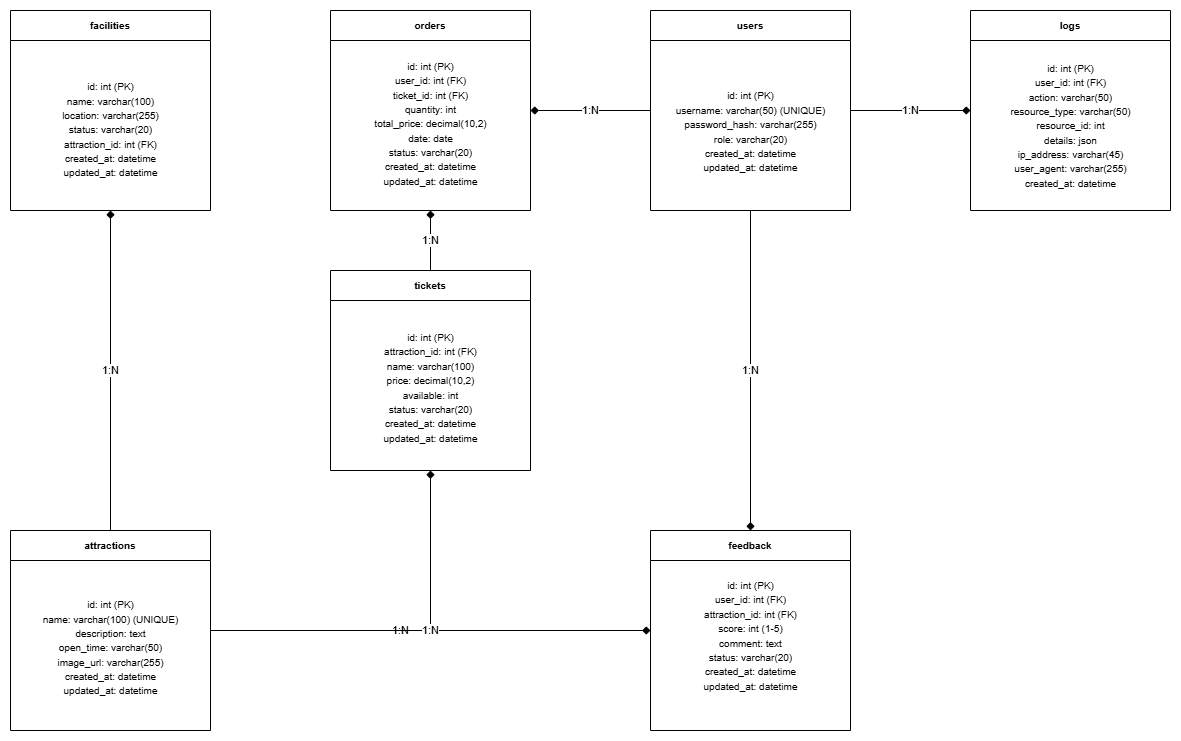
TomyJan/MoeTrip keeps this draw.io diagram as docs/diagrams/旅游景区信息管理系统ER图.png. Above is the earlier version. Source tidied: cells renumbered, new cells last; positions are measured from the earlier drawing's top-left corner, leaving out a move shared by most shapes.
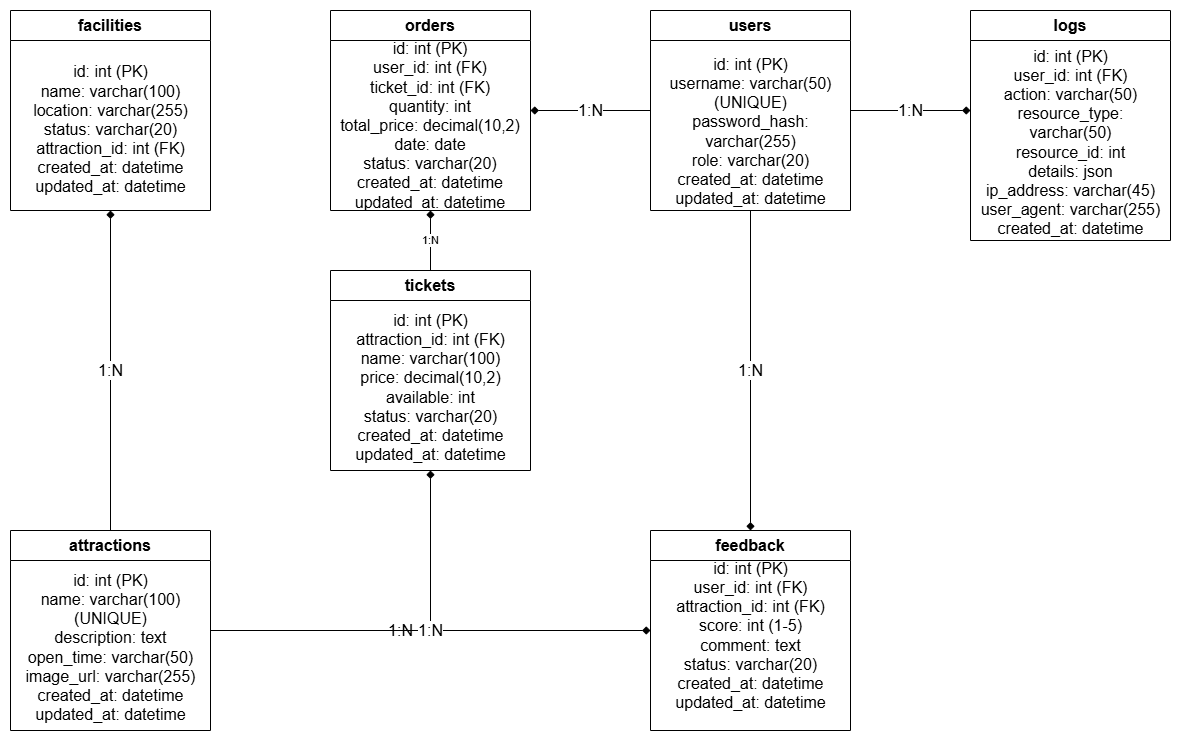
Later version of the same file.

What changed in the source:
```diff
@@ -2,88 +2,95 @@
   <root>
     <mxCell id="0" />
     <mxCell id="1" parent="0" />
-    <mxCell id="2" value="1:N" style="edgeStyle=orthogonalEdgeStyle;rounded=0;html=1;jettySize=auto;endArrow=diamond;endFill=1;" parent="1" edge="1" source="25" target="10">
+    <mxCell id="2" value="&lt;font style=&quot;font-size: 16px;&quot;&gt;1:N&lt;/font&gt;" style="edgeStyle=orthogonalEdgeStyle;rounded=0;html=1;jettySize=auto;endArrow=diamond;endFill=1;" parent="1" edge="1" source="25" target="10">
       <mxGeometry relative="1" as="geometry" />
     </mxCell>
-    <mxCell id="3" value="1:N" style="edgeStyle=orthogonalEdgeStyle;rounded=0;html=1;jettySize=auto;endArrow=diamond;endFill=1;" parent="1" edge="1" source="25" target="22">
+    <mxCell id="3" value="&lt;font style=&quot;font-size: 16px;&quot;&gt;1:N&lt;/font&gt;" style="edgeStyle=orthogonalEdgeStyle;rounded=0;html=1;jettySize=auto;endArrow=diamond;endFill=1;" parent="1" edge="1" source="25" target="22">
       <mxGeometry relative="1" as="geometry" />
     </mxCell>
-    <mxCell id="4" value="1:N" style="edgeStyle=orthogonalEdgeStyle;rounded=0;html=1;jettySize=auto;endArrow=diamond;endFill=1;" parent="1" edge="1" source="16" target="13">
+    <mxCell id="4" value="&lt;font style=&quot;font-size: 16px;&quot;&gt;1:N&lt;/font&gt;" style="edgeStyle=orthogonalEdgeStyle;rounded=0;html=1;jettySize=auto;endArrow=diamond;endFill=1;" parent="1" edge="1" source="16" target="13">
       <mxGeometry relative="1" as="geometry" />
     </mxCell>
-    <mxCell id="5" value="1:N" style="edgeStyle=orthogonalEdgeStyle;rounded=0;html=1;jettySize=auto;endArrow=diamond;endFill=1;" parent="1" edge="1" source="22" target="13">
-      <mxGeometry relative="1" as="geometry" />
+    <mxCell id="5" value="1:N" style="edgeStyle=orthogonalEdgeStyle;rounded=0;html=1;jettySize=auto;endArrow=diamond;endFill=1;entryX=0.5;entryY=1;entryDx=0;entryDy=0;exitX=0.5;exitY=0;exitDx=0;exitDy=0;" parent="1" edge="1" source="22" target="14">
+      <mxGeometry relative="1" as="geometry">
+        <Array as="points">
+          <mxPoint x="420" y="230" />
+          <mxPoint x="420" y="230" />
+        </Array>
+      </mxGeometry>
     </mxCell>
-    <mxCell id="6" value="1:N" style="edgeStyle=orthogonalEdgeStyle;rounded=0;html=1;jettySize=auto;endArrow=diamond;endFill=1;" parent="1" edge="1" source="16" target="28">
+    <mxCell id="6" value="&lt;font style=&quot;font-size: 16px;&quot;&gt;1:N&lt;/font&gt;" style="edgeStyle=orthogonalEdgeStyle;rounded=0;html=1;jettySize=auto;endArrow=diamond;endFill=1;" parent="1" edge="1" source="16" target="28">
       <mxGeometry relative="1" as="geometry" />
     </mxCell>
-    <mxCell id="7" value="1:N" style="edgeStyle=orthogonalEdgeStyle;rounded=0;html=1;jettySize=auto;endArrow=diamond;endFill=1;" parent="1" edge="1" source="25" target="28">
+    <mxCell id="7" value="&lt;font style=&quot;font-size: 16px;&quot;&gt;1:N&lt;/font&gt;" style="edgeStyle=orthogonalEdgeStyle;rounded=0;html=1;jettySize=auto;endArrow=diamond;endFill=1;" parent="1" edge="1" source="25" target="28">
       <mxGeometry relative="1" as="geometry" />
     </mxCell>
-    <mxCell id="8" value="1:N" style="edgeStyle=orthogonalEdgeStyle;rounded=0;html=1;jettySize=auto;endArrow=diamond;endFill=1;" parent="1" edge="1" source="16" target="19">
-      <mxGeometry relative="1" as="geometry" />
+    <mxCell id="8" value="&lt;font style=&quot;font-size: 16px;&quot;&gt;1:N&lt;/font&gt;" style="edgeStyle=orthogonalEdgeStyle;rounded=0;html=1;jettySize=auto;endArrow=diamond;endFill=1;" parent="1" edge="1" source="16">
+      <mxGeometry relative="1" as="geometry">
+        <mxPoint x="960" y="100" as="targetPoint" />
+      </mxGeometry>
     </mxCell>
     <mxCell id="9" style="group;" parent="1" vertex="1">
       <mxGeometry width="200" height="200" as="geometry" />
     </mxCell>
-    <mxCell id="10" value="&lt;b&gt;facilities&lt;/b&gt;" style="shape=table;startSize=30;fontSize=10;whiteSpace=wrap;html=1;" parent="9" vertex="1">
+    <mxCell id="10" value="&lt;b&gt;&lt;font style=&quot;font-size: 16px;&quot;&gt;facilities&lt;/font&gt;&lt;/b&gt;" style="shape=table;startSize=30;fontSize=10;whiteSpace=wrap;html=1;" parent="9" vertex="1">
       <mxGeometry width="200" height="200" as="geometry" />
     </mxCell>
-    <mxCell id="11" value="&lt;span style=&quot;font-size: 10px;&quot;&gt;id: int (PK)&lt;/span&gt;&lt;br style=&quot;font-size: 10px;&quot;&gt;&lt;span style=&quot;font-size: 10px;&quot;&gt;name: varchar(100)&lt;/span&gt;&lt;br style=&quot;font-size: 10px;&quot;&gt;&lt;span style=&quot;font-size: 10px;&quot;&gt;location: varchar(255)&lt;/span&gt;&lt;br style=&quot;font-size: 10px;&quot;&gt;&lt;span style=&quot;font-size: 10px;&quot;&gt;status: varchar(20)&lt;/span&gt;&lt;br style=&quot;font-size: 10px;&quot;&gt;&lt;span style=&quot;font-size: 10px;&quot;&gt;attraction_id: int (FK)&lt;/span&gt;&lt;br style=&quot;font-size: 10px;&quot;&gt;&lt;span style=&quot;font-size: 10px;&quot;&gt;created_at: datetime&lt;/span&gt;&lt;br style=&quot;font-size: 10px;&quot;&gt;&lt;span style=&quot;font-size: 10px;&quot;&gt;updated_at: datetime&lt;/span&gt;" style="text;strokeColor=none;align=center;fillColor=none;html=1;verticalAlign=middle;whiteSpace=wrap;rounded=0;" parent="9" vertex="1">
+    <mxCell id="11" value="&lt;font style=&quot;font-size: 16px;&quot;&gt;id: int (PK)&lt;br style=&quot;&quot;&gt;name: varchar(100)&lt;br style=&quot;&quot;&gt;location: varchar(255)&lt;br style=&quot;&quot;&gt;status: varchar(20)&lt;br style=&quot;&quot;&gt;attraction_id: int (FK)&lt;br style=&quot;&quot;&gt;created_at: datetime&lt;br style=&quot;&quot;&gt;updated_at: datetime&lt;/font&gt;" style="text;strokeColor=none;align=center;fillColor=none;html=1;verticalAlign=middle;whiteSpace=wrap;rounded=0;" parent="9" vertex="1">
       <mxGeometry x="4.5" y="50" width="190.9" height="137.5" as="geometry" />
     </mxCell>
     <mxCell id="12" style="group;" parent="1" vertex="1">
       <mxGeometry x="320" width="200" height="200" as="geometry" />
     </mxCell>
-    <mxCell id="13" value="&lt;b&gt;orders&lt;/b&gt;" style="shape=table;startSize=30;fontSize=10;whiteSpace=wrap;html=1;" parent="12" vertex="1">
+    <mxCell id="13" value="&lt;b&gt;&lt;font style=&quot;font-size: 16px;&quot;&gt;orders&lt;/font&gt;&lt;/b&gt;" style="shape=table;startSize=30;fontSize=10;whiteSpace=wrap;html=1;" parent="12" vertex="1">
       <mxGeometry width="200" height="200" as="geometry" />
     </mxCell>
-    <mxCell id="14" value="&lt;span style=&quot;font-size: 10px;&quot;&gt;id: int (PK)&lt;/span&gt;&lt;br style=&quot;font-size: 10px;&quot;&gt;&lt;span style=&quot;font-size: 10px;&quot;&gt;user_id: int (FK)&lt;/span&gt;&lt;br style=&quot;font-size: 10px;&quot;&gt;&lt;span style=&quot;font-size: 10px;&quot;&gt;ticket_id: int (FK)&lt;/span&gt;&lt;br style=&quot;font-size: 10px;&quot;&gt;&lt;span style=&quot;font-size: 10px;&quot;&gt;quantity: int&lt;/span&gt;&lt;br style=&quot;font-size: 10px;&quot;&gt;&lt;span style=&quot;font-size: 10px;&quot;&gt;total_price: decimal(10,2)&lt;/span&gt;&lt;br style=&quot;font-size: 10px;&quot;&gt;&lt;span style=&quot;font-size: 10px;&quot;&gt;date: date&lt;/span&gt;&lt;br style=&quot;font-size: 10px;&quot;&gt;&lt;span style=&quot;font-size: 10px;&quot;&gt;status: varchar(20)&lt;/span&gt;&lt;br style=&quot;font-size: 10px;&quot;&gt;&lt;span style=&quot;font-size: 10px;&quot;&gt;created_at: datetime&lt;/span&gt;&lt;br style=&quot;font-size: 10px;&quot;&gt;&lt;span style=&quot;font-size: 10px;&quot;&gt;updated_at: datetime&lt;/span&gt;" style="text;strokeColor=none;align=center;fillColor=none;html=1;verticalAlign=middle;whiteSpace=wrap;rounded=0;" parent="12" vertex="1">
-      <mxGeometry x="4.5" y="45" width="190.9" height="135" as="geometry" />
+    <mxCell id="14" value="&lt;font style=&quot;font-size: 16px;&quot;&gt;id: int (PK)&lt;br style=&quot;&quot;&gt;user_id: int (FK)&lt;br style=&quot;&quot;&gt;ticket_id: int (FK)&lt;br style=&quot;&quot;&gt;quantity: int&lt;br style=&quot;&quot;&gt;total_price: decimal(10,2)&lt;br style=&quot;&quot;&gt;date: date&lt;br style=&quot;&quot;&gt;status: varchar(20)&lt;br style=&quot;&quot;&gt;created_at: datetime&lt;br style=&quot;&quot;&gt;updated_at: datetime&lt;/font&gt;" style="text;strokeColor=none;align=center;fillColor=none;html=1;verticalAlign=middle;whiteSpace=wrap;rounded=0;" parent="13" vertex="1">
+      <mxGeometry y="30" width="200" height="170" as="geometry" />
     </mxCell>
     <mxCell id="15" style="group;" parent="1" vertex="1">
       <mxGeometry x="640" width="200" height="200" as="geometry" />
     </mxCell>
-    <mxCell id="16" value="&lt;b&gt;users&lt;/b&gt;" style="shape=table;startSize=30;fontSize=10;whiteSpace=wrap;html=1;" parent="15" vertex="1">
+    <mxCell id="16" value="&lt;b&gt;&lt;font style=&quot;font-size: 16px;&quot;&gt;users&lt;/font&gt;&lt;/b&gt;" style="shape=table;startSize=30;fontSize=10;whiteSpace=wrap;html=1;" parent="15" vertex="1">
       <mxGeometry width="200" height="200" as="geometry" />
     </mxCell>
-    <mxCell id="17" value="&lt;span style=&quot;font-size: 10px;&quot;&gt;id: int (PK)&lt;/span&gt;&lt;br style=&quot;font-size: 10px;&quot;&gt;&lt;span style=&quot;font-size: 10px;&quot;&gt;username: varchar(50) (UNIQUE)&lt;/span&gt;&lt;br style=&quot;font-size: 10px;&quot;&gt;&lt;span style=&quot;font-size: 10px;&quot;&gt;password_hash: varchar(255)&lt;/span&gt;&lt;br style=&quot;font-size: 10px;&quot;&gt;&lt;span style=&quot;font-size: 10px;&quot;&gt;role: varchar(20)&lt;/span&gt;&lt;br style=&quot;font-size: 10px;&quot;&gt;&lt;span style=&quot;font-size: 10px;&quot;&gt;created_at: datetime&lt;/span&gt;&lt;br style=&quot;font-size: 10px;&quot;&gt;&lt;span style=&quot;font-size: 10px;&quot;&gt;updated_at: datetime&lt;/span&gt;" style="text;strokeColor=none;align=center;fillColor=none;html=1;verticalAlign=middle;whiteSpace=wrap;rounded=0;" parent="15" vertex="1">
+    <mxCell id="17" value="&lt;font style=&quot;font-size: 16px;&quot;&gt;id: int (PK)&lt;br style=&quot;&quot;&gt;username: varchar(50) (UNIQUE)&lt;br style=&quot;&quot;&gt;password_hash: varchar(255)&lt;br style=&quot;&quot;&gt;role: varchar(20)&lt;br style=&quot;&quot;&gt;created_at: datetime&lt;br style=&quot;&quot;&gt;updated_at: datetime&lt;/font&gt;" style="text;strokeColor=none;align=center;fillColor=none;html=1;verticalAlign=middle;whiteSpace=wrap;rounded=0;" parent="15" vertex="1">
       <mxGeometry x="4.5" y="42.9" width="190.9" height="157.1" as="geometry" />
     </mxCell>
     <mxCell id="18" style="group;" parent="1" vertex="1">
-      <mxGeometry x="960" width="200" height="200" as="geometry" />
+      <mxGeometry x="960" width="200" height="230" as="geometry" />
     </mxCell>
-    <mxCell id="19" value="&lt;b&gt;logs&lt;/b&gt;" style="shape=table;startSize=30;fontSize=10;whiteSpace=wrap;html=1;" parent="18" vertex="1">
-      <mxGeometry width="200" height="200" as="geometry" />
+    <mxCell id="19" value="&lt;b&gt;&lt;font style=&quot;font-size: 16px;&quot;&gt;logs&lt;/font&gt;&lt;/b&gt;" style="shape=table;startSize=30;fontSize=10;whiteSpace=wrap;html=1;" parent="18" vertex="1">
+      <mxGeometry width="200" height="230" as="geometry" />
     </mxCell>
-    <mxCell id="20" value="&lt;span style=&quot;font-size: 10px;&quot;&gt;id: int (PK)&lt;/span&gt;&lt;br style=&quot;font-size: 10px;&quot;&gt;&lt;span style=&quot;font-size: 10px;&quot;&gt;user_id: int (FK)&lt;/span&gt;&lt;br style=&quot;font-size: 10px;&quot;&gt;&lt;span style=&quot;font-size: 10px;&quot;&gt;action: varchar(50)&lt;/span&gt;&lt;br style=&quot;font-size: 10px;&quot;&gt;&lt;span style=&quot;font-size: 10px;&quot;&gt;resource_type: varchar(50)&lt;/span&gt;&lt;br style=&quot;font-size: 10px;&quot;&gt;&lt;span style=&quot;font-size: 10px;&quot;&gt;resource_id: int&lt;/span&gt;&lt;br style=&quot;font-size: 10px;&quot;&gt;&lt;span style=&quot;font-size: 10px;&quot;&gt;details: json&lt;/span&gt;&lt;br style=&quot;font-size: 10px;&quot;&gt;&lt;span style=&quot;font-size: 10px;&quot;&gt;ip_address: varchar(45)&lt;/span&gt;&lt;br style=&quot;font-size: 10px;&quot;&gt;&lt;span style=&quot;font-size: 10px;&quot;&gt;user_agent: varchar(255)&lt;/span&gt;&lt;br style=&quot;font-size: 10px;&quot;&gt;&lt;span style=&quot;font-size: 10px;&quot;&gt;created_at: datetime&lt;/span&gt;" style="text;strokeColor=none;align=center;fillColor=none;html=1;verticalAlign=middle;whiteSpace=wrap;rounded=0;" parent="18" vertex="1">
-      <mxGeometry x="4.5" y="40" width="190.9" height="150" as="geometry" />
+    <mxCell id="20" value="&lt;font style=&quot;font-size: 16px;&quot;&gt;id: int (PK)&lt;br style=&quot;&quot;&gt;user_id: int (FK)&lt;br style=&quot;&quot;&gt;action: varchar(50)&lt;br style=&quot;&quot;&gt;resource_type: varchar(50)&lt;br style=&quot;&quot;&gt;resource_id: int&lt;br style=&quot;&quot;&gt;details: json&lt;br style=&quot;&quot;&gt;ip_address: varchar(45)&lt;br style=&quot;&quot;&gt;user_agent: varchar(255)&lt;br style=&quot;&quot;&gt;created_at: datetime&lt;/font&gt;" style="text;strokeColor=none;align=center;fillColor=none;html=1;verticalAlign=middle;whiteSpace=wrap;rounded=0;" parent="18" vertex="1">
+      <mxGeometry x="4.5" y="46" width="190.9" height="172.5" as="geometry" />
     </mxCell>
     <mxCell id="21" style="group;" parent="1" vertex="1">
       <mxGeometry x="320" y="260" width="200" height="200" as="geometry" />
     </mxCell>
-    <mxCell id="22" value="&lt;b&gt;tickets&lt;/b&gt;" style="shape=table;startSize=30;fontSize=10;whiteSpace=wrap;html=1;" parent="21" vertex="1">
+    <mxCell id="22" value="&lt;b&gt;&lt;font style=&quot;font-size: 16px;&quot;&gt;tickets&lt;/font&gt;&lt;/b&gt;" style="shape=table;startSize=30;fontSize=10;whiteSpace=wrap;html=1;" parent="21" vertex="1">
       <mxGeometry width="200" height="200" as="geometry" />
     </mxCell>
-    <mxCell id="23" value="&lt;span style=&quot;font-size: 10px;&quot;&gt;id: int (PK)&lt;/span&gt;&lt;br style=&quot;font-size: 10px;&quot;&gt;&lt;span style=&quot;font-size: 10px;&quot;&gt;attraction_id: int (FK)&lt;/span&gt;&lt;br style=&quot;font-size: 10px;&quot;&gt;&lt;span style=&quot;font-size: 10px;&quot;&gt;name: varchar(100)&lt;/span&gt;&lt;br style=&quot;font-size: 10px;&quot;&gt;&lt;span style=&quot;font-size: 10px;&quot;&gt;price: decimal(10,2)&lt;/span&gt;&lt;br style=&quot;font-size: 10px;&quot;&gt;&lt;span style=&quot;font-size: 10px;&quot;&gt;available: int&lt;/span&gt;&lt;br style=&quot;font-size: 10px;&quot;&gt;&lt;span style=&quot;font-size: 10px;&quot;&gt;status: varchar(20)&lt;/span&gt;&lt;br style=&quot;font-size: 10px;&quot;&gt;&lt;span style=&quot;font-size: 10px;&quot;&gt;created_at: datetime&lt;/span&gt;&lt;br style=&quot;font-size: 10px;&quot;&gt;&lt;span style=&quot;font-size: 10px;&quot;&gt;updated_at: datetime&lt;/span&gt;" style="text;strokeColor=none;align=center;fillColor=none;html=1;verticalAlign=middle;whiteSpace=wrap;rounded=0;" parent="21" vertex="1">
+    <mxCell id="23" value="&lt;font style=&quot;font-size: 16px;&quot;&gt;id: int (PK)&lt;br style=&quot;&quot;&gt;attraction_id: int (FK)&lt;br style=&quot;&quot;&gt;name: varchar(100)&lt;br style=&quot;&quot;&gt;price: decimal(10,2)&lt;br style=&quot;&quot;&gt;available: int&lt;br style=&quot;&quot;&gt;status: varchar(20)&lt;br style=&quot;&quot;&gt;created_at: datetime&lt;br style=&quot;&quot;&gt;updated_at: datetime&lt;/font&gt;" style="text;strokeColor=none;align=center;fillColor=none;html=1;verticalAlign=middle;whiteSpace=wrap;rounded=0;" parent="21" vertex="1">
       <mxGeometry x="4.5" y="41.7" width="190.9" height="150" as="geometry" />
     </mxCell>
     <mxCell id="24" style="group;" parent="1" vertex="1">
       <mxGeometry y="520" width="200" height="200" as="geometry" />
     </mxCell>
-    <mxCell id="25" value="&lt;b&gt;attractions&lt;/b&gt;" style="shape=table;startSize=30;fontSize=10;whiteSpace=wrap;html=1;" parent="24" vertex="1">
+    <mxCell id="25" value="&lt;b&gt;&lt;font style=&quot;font-size: 16px;&quot;&gt;attractions&lt;/font&gt;&lt;/b&gt;" style="shape=table;startSize=30;fontSize=10;whiteSpace=wrap;html=1;" parent="24" vertex="1">
       <mxGeometry width="200" height="200" as="geometry" />
     </mxCell>
-    <mxCell id="26" value="&lt;span style=&quot;font-size: 10px;&quot;&gt;id: int (PK)&lt;/span&gt;&lt;br style=&quot;font-size: 10px;&quot;&gt;&lt;span style=&quot;font-size: 10px;&quot;&gt;name: varchar(100) (UNIQUE)&lt;/span&gt;&lt;br style=&quot;font-size: 10px;&quot;&gt;&lt;span style=&quot;font-size: 10px;&quot;&gt;description: text&lt;/span&gt;&lt;br style=&quot;font-size: 10px;&quot;&gt;&lt;span style=&quot;font-size: 10px;&quot;&gt;open_time: varchar(50)&lt;/span&gt;&lt;br style=&quot;font-size: 10px;&quot;&gt;&lt;span style=&quot;font-size: 10px;&quot;&gt;image_url: varchar(255)&lt;/span&gt;&lt;br style=&quot;font-size: 10px;&quot;&gt;&lt;span style=&quot;font-size: 10px;&quot;&gt;created_at: datetime&lt;/span&gt;&lt;br style=&quot;font-size: 10px;&quot;&gt;&lt;span style=&quot;font-size: 10px;&quot;&gt;updated_at: datetime&lt;/span&gt;" style="text;strokeColor=none;align=center;fillColor=none;html=1;verticalAlign=middle;whiteSpace=wrap;rounded=0;" parent="24" vertex="1">
+    <mxCell id="26" value="&lt;font style=&quot;font-size: 16px;&quot;&gt;id: int (PK)&lt;br style=&quot;&quot;&gt;name: varchar(100) (UNIQUE)&lt;br style=&quot;&quot;&gt;description: text&lt;br style=&quot;&quot;&gt;open_time: varchar(50)&lt;br style=&quot;&quot;&gt;image_url: varchar(255)&lt;br style=&quot;&quot;&gt;created_at: datetime&lt;br style=&quot;&quot;&gt;updated_at: datetime&lt;/font&gt;" style="text;strokeColor=none;align=center;fillColor=none;html=1;verticalAlign=middle;whiteSpace=wrap;rounded=0;" parent="24" vertex="1">
       <mxGeometry x="4.5" y="44.4" width="190.9" height="144.4" as="geometry" />
     </mxCell>
     <mxCell id="27" style="group;" parent="1" vertex="1">
       <mxGeometry x="640" y="520" width="200" height="200" as="geometry" />
     </mxCell>
-    <mxCell id="28" value="&lt;b&gt;feedback&lt;/b&gt;" style="shape=table;startSize=30;fontSize=10;whiteSpace=wrap;html=1;" parent="27" vertex="1">
+    <mxCell id="28" value="&lt;b&gt;&lt;font style=&quot;font-size: 16px;&quot;&gt;feedback&lt;/font&gt;&lt;/b&gt;" style="shape=table;startSize=30;fontSize=10;whiteSpace=wrap;html=1;" parent="27" vertex="1">
       <mxGeometry width="200" height="200" as="geometry" />
     </mxCell>
-    <mxCell id="29" value="&lt;span style=&quot;font-size: 10px;&quot;&gt;id: int (PK)&lt;/span&gt;&lt;br style=&quot;font-size: 10px;&quot;&gt;&lt;span style=&quot;font-size: 10px;&quot;&gt;user_id: int (FK)&lt;/span&gt;&lt;br style=&quot;font-size: 10px;&quot;&gt;&lt;span style=&quot;font-size: 10px;&quot;&gt;attraction_id: int (FK)&lt;/span&gt;&lt;br style=&quot;font-size: 10px;&quot;&gt;&lt;span style=&quot;font-size: 10px;&quot;&gt;score: int (1-5)&lt;/span&gt;&lt;br style=&quot;font-size: 10px;&quot;&gt;&lt;span style=&quot;font-size: 10px;&quot;&gt;comment: text&lt;/span&gt;&lt;br style=&quot;font-size: 10px;&quot;&gt;&lt;span style=&quot;font-size: 10px;&quot;&gt;status: varchar(20)&lt;/span&gt;&lt;br style=&quot;font-size: 10px;&quot;&gt;&lt;span style=&quot;font-size: 10px;&quot;&gt;created_at: datetime&lt;/span&gt;&lt;br style=&quot;font-size: 10px;&quot;&gt;&lt;span style=&quot;font-size: 10px;&quot;&gt;updated_at: datetime&lt;/span&gt;" style="text;strokeColor=none;align=center;fillColor=none;html=1;verticalAlign=middle;whiteSpace=wrap;rounded=0;" parent="27" vertex="1">
+    <mxCell id="29" value="&lt;font style=&quot;font-size: 16px;&quot;&gt;id: int (PK)&lt;br style=&quot;&quot;&gt;user_id: int (FK)&lt;br style=&quot;&quot;&gt;attraction_id: int (FK)&lt;br style=&quot;&quot;&gt;score: int (1-5)&lt;br style=&quot;&quot;&gt;comment: text&lt;br style=&quot;&quot;&gt;status: varchar(20)&lt;br style=&quot;&quot;&gt;created_at: datetime&lt;br style=&quot;&quot;&gt;updated_at: datetime&lt;/font&gt;" style="text;strokeColor=none;align=center;fillColor=none;html=1;verticalAlign=middle;whiteSpace=wrap;rounded=0;" parent="27" vertex="1">
       <mxGeometry x="4.5" y="40" width="190.9" height="130" as="geometry" />
     </mxCell>
   </root>
```
